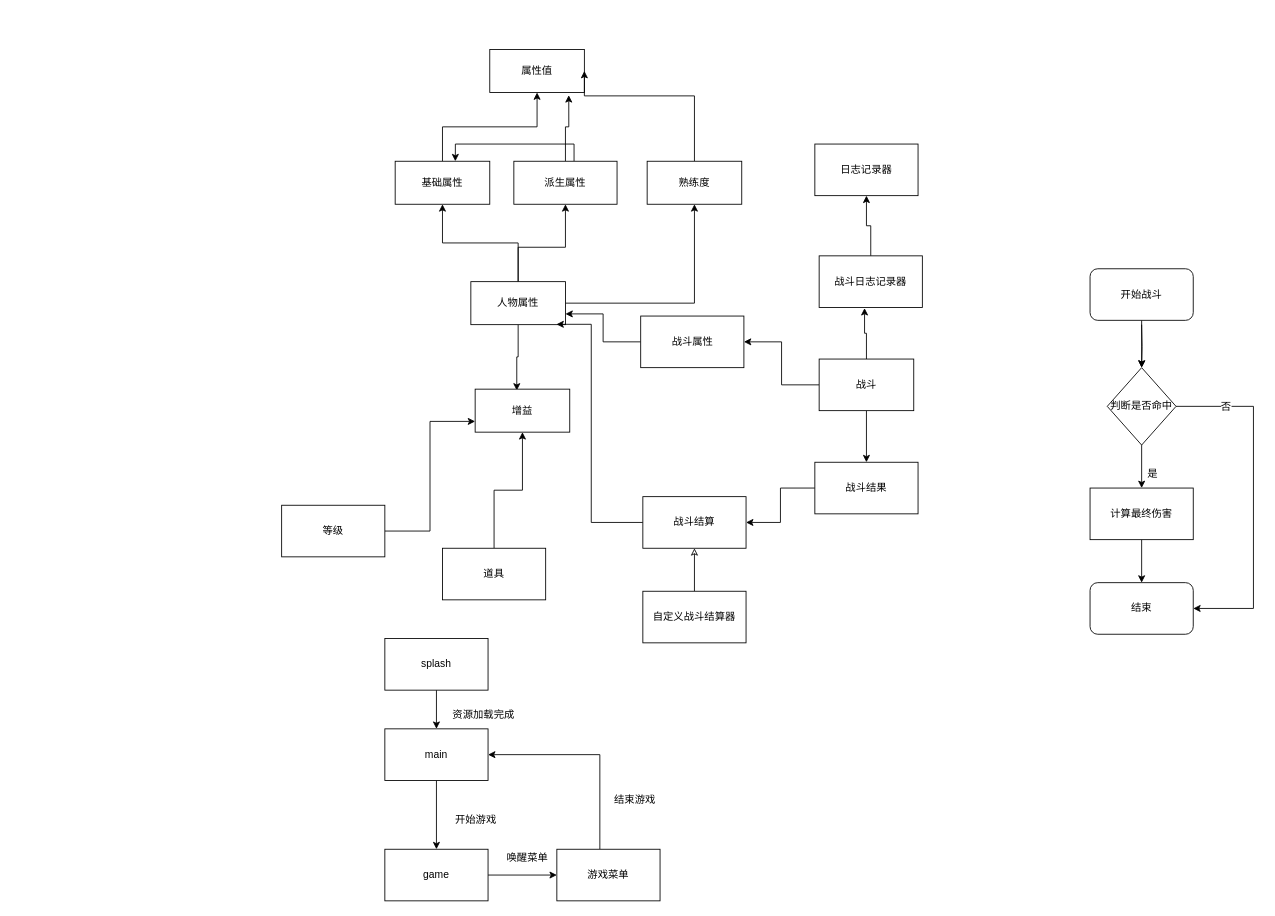
Earlier version of the draw.io diagram games/drawios/text_dungeon.drawio (zuiyu1998/project_book). Source tidied: cells renumbered, new cells numbered last; positions are measured from the earlier drawing's top-left corner, leaving out a move shared by most shapes. Both pictures are drawn from the tidied source at 86%, with x=0, y=0 at pixel (281, 49).
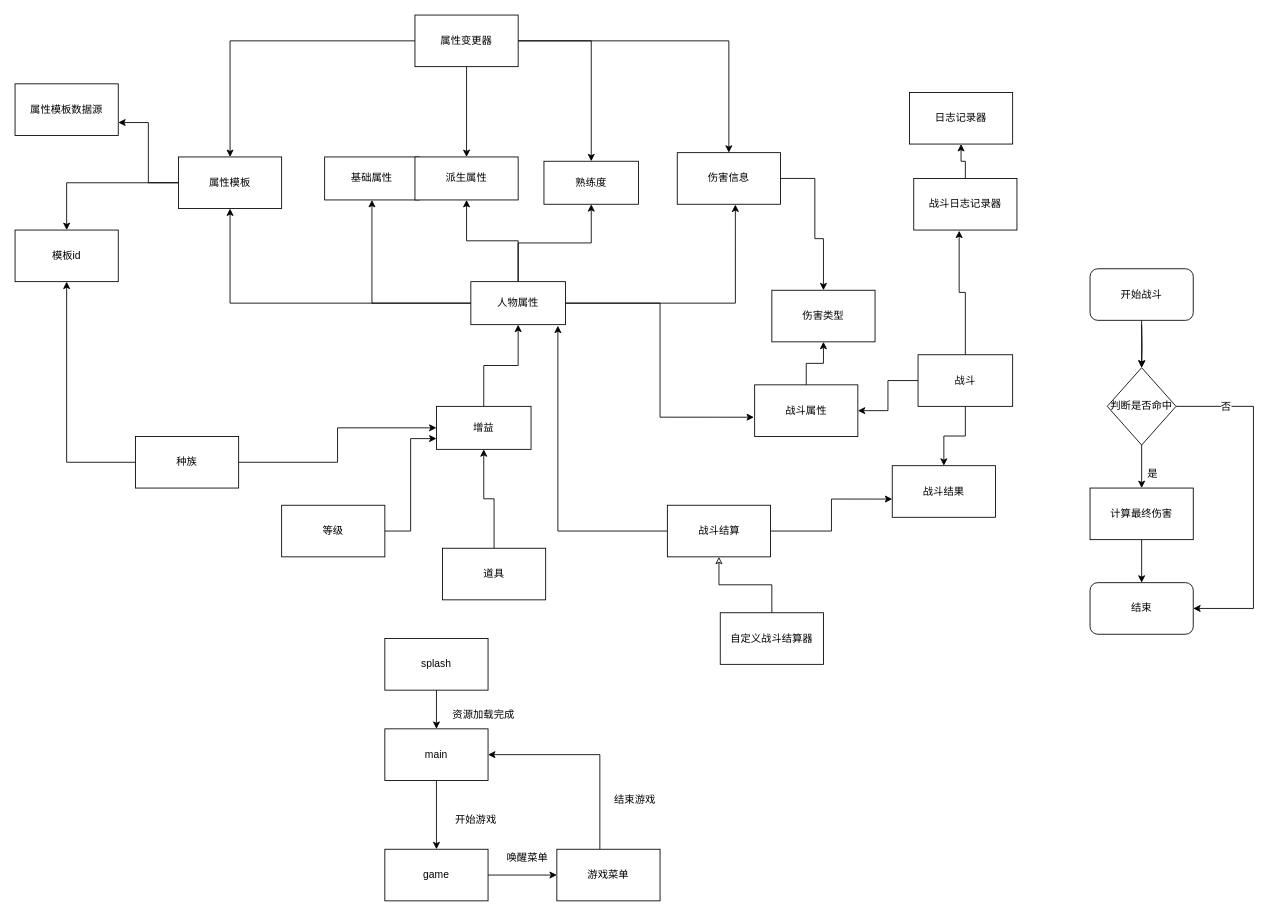
Above is the later version.

Commit message (it also covers changes not shown here):
feat: 更改架构图

The change refers to these unchanged cells:
```xml
<mxCell id="6" value="人物属性" style="rounded=0;whiteSpace=wrap;html=1;" parent="1" vertex="1">
  <mxGeometry x="220" y="270" width="110" height="50" as="geometry" />
</mxCell>
```

Diff of the diagram source:
```diff
@@
-    <mxCell id="4" style="edgeStyle=orthogonalEdgeStyle;rounded=0;jettySize=auto;html=1;entryX=0.44;entryY=0.032;entryDx=0;entryDy=0;entryPerimeter=0;" parent="1" edge="1" source="6" target="10">
-      <mxGeometry relative="1" as="geometry" />
-    </mxCell>
+    <mxCell id="58" style="edgeStyle=orthogonalEdgeStyle;rounded=0;jettySize=auto;html=1;entryX=0.5;entryY=1;entryDx=0;entryDy=0;" parent="1" edge="1" source="6" target="66">
+      <mxGeometry relative="1" as="geometry" />
+    </mxCell>
+    <mxCell id="59" style="edgeStyle=orthogonalEdgeStyle;rounded=0;jettySize=auto;html=1;entryX=0.563;entryY=1.007;entryDx=0;entryDy=0;entryPerimeter=0;" parent="1" edge="1" source="6" target="71">
+      <mxGeometry relative="1" as="geometry" />
+    </mxCell>
     <mxCell id="5" style="edgeStyle=orthogonalEdgeStyle;rounded=0;jettySize=auto;html=1;entryX=0.5;entryY=1;entryDx=0;entryDy=0;" parent="1" edge="1" source="6" target="57">
-      <mxGeometry relative="1" as="geometry">
-        <Array as="points">
-          <mxPoint x="275" y="230" />
-          <mxPoint x="330" y="230" />
-        </Array>
-      </mxGeometry>
+      <mxGeometry relative="1" as="geometry" />
     </mxCell>
+    <mxCell id="60" style="edgeStyle=orthogonalEdgeStyle;rounded=0;jettySize=auto;html=1;entryX=-0.007;entryY=0.627;entryDx=0;entryDy=0;entryPerimeter=0;" parent="1" edge="1" source="6" target="48">
+      <mxGeometry relative="1" as="geometry" />
+    </mxCell>
@@
-    <mxCell id="7" style="edgeStyle=orthogonalEdgeStyle;rounded=0;jettySize=auto;html=1;" parent="1" edge="1" source="8" target="9">
-      <mxGeometry relative="1" as="geometry" />
-    </mxCell>
     <mxCell id="8" value="基础属性" style="rounded=0;whiteSpace=wrap;html=1;" parent="1" vertex="1">
-      <mxGeometry x="132" y="130" width="110" height="50" as="geometry" />
+      <mxGeometry x="50" y="125" width="110" height="50" as="geometry" />
     </mxCell>
-    <mxCell id="9" value="属性值" style="rounded=0;whiteSpace=wrap;html=1;" parent="1" vertex="1">
-      <mxGeometry x="242" width="110" height="50" as="geometry" />
-    </mxCell>
+    <mxCell id="61" style="edgeStyle=orthogonalEdgeStyle;rounded=0;jettySize=auto;html=1;entryX=0.5;entryY=1;entryDx=0;entryDy=0;" parent="1" edge="1" source="10" target="6">
+      <mxGeometry relative="1" as="geometry" />
+    </mxCell>
     <mxCell id="10" value="增益" style="rounded=0;whiteSpace=wrap;html=1;" parent="1" vertex="1">
-      <mxGeometry x="225" y="395" width="110" height="50" as="geometry" />
+      <mxGeometry x="180" y="415" width="110" height="50" as="geometry" />
     </mxCell>
@@
     <mxCell id="14" value="战斗" style="rounded=0;whiteSpace=wrap;html=1;" parent="1" vertex="1">
-      <mxGeometry x="625" y="360" width="110" height="60" as="geometry" />
+      <mxGeometry x="740" y="355" width="110" height="60" as="geometry" />
     </mxCell>
@@
-    <mxCell id="31" style="edgeStyle=orthogonalEdgeStyle;rounded=0;jettySize=auto;html=1;entryX=1;entryY=0.5;entryDx=0;entryDy=0;" parent="1" edge="1" source="32" target="9">
-      <mxGeometry relative="1" as="geometry">
-        <Array as="points">
-          <mxPoint x="480" y="54" />
-          <mxPoint x="352" y="54" />
-        </Array>
-      </mxGeometry>
-    </mxCell>
     <mxCell id="32" value="熟练度" style="rounded=0;whiteSpace=wrap;html=1;" parent="1" vertex="1">
-      <mxGeometry x="425" y="130" width="110" height="50" as="geometry" />
+      <mxGeometry x="305" y="130" width="110" height="50" as="geometry" />
     </mxCell>
@@
     <mxCell id="44" value="日志记录器" style="rounded=0;whiteSpace=wrap;html=1;" parent="1" vertex="1">
-      <mxGeometry x="620" y="110" width="120" height="60" as="geometry" />
+      <mxGeometry x="730" y="50" width="120" height="60" as="geometry" />
     </mxCell>
@@
     <mxCell id="46" value="战斗日志记录器" style="rounded=0;whiteSpace=wrap;html=1;" parent="1" vertex="1">
-      <mxGeometry x="625" y="240" width="120" height="60" as="geometry" />
+      <mxGeometry x="735" y="150" width="120" height="60" as="geometry" />
     </mxCell>
-    <mxCell id="47" style="edgeStyle=orthogonalEdgeStyle;rounded=0;jettySize=auto;html=1;entryX=1;entryY=0.75;entryDx=0;entryDy=0;" parent="1" edge="1" source="48" target="6">
-      <mxGeometry relative="1" as="geometry" />
-    </mxCell>
+    <mxCell id="62" style="edgeStyle=orthogonalEdgeStyle;rounded=0;jettySize=auto;html=1;" parent="1" edge="1" source="48" target="79">
+      <mxGeometry relative="1" as="geometry" />
+    </mxCell>
     <mxCell id="48" value="战斗属性" style="rounded=0;whiteSpace=wrap;html=1;" parent="1" vertex="1">
-      <mxGeometry x="417.5" y="310" width="120" height="60" as="geometry" />
+      <mxGeometry x="550" y="390" width="120" height="60" as="geometry" />
     </mxCell>
-    <mxCell id="49" style="edgeStyle=orthogonalEdgeStyle;rounded=0;jettySize=auto;html=1;entryX=1;entryY=0.5;entryDx=0;entryDy=0;" parent="1" edge="1" source="50" target="52">
-      <mxGeometry relative="1" as="geometry" />
-    </mxCell>
     <mxCell id="50" value="战斗结果" style="rounded=0;whiteSpace=wrap;html=1;" parent="1" vertex="1">
-      <mxGeometry x="620" y="480" width="120" height="60" as="geometry" />
+      <mxGeometry x="710" y="484" width="120" height="60" as="geometry" />
     </mxCell>
-    <mxCell id="51" style="edgeStyle=orthogonalEdgeStyle;rounded=0;jettySize=auto;html=1;entryX=0.905;entryY=0.992;entryDx=0;entryDy=0;entryPerimeter=0;" parent="1" edge="1" source="52" target="6">
-      <mxGeometry relative="1" as="geometry">
-        <Array as="points">
-          <mxPoint x="360" y="550" />
-          <mxPoint x="360" y="320" />
-        </Array>
-      </mxGeometry>
+    <mxCell id="51" style="edgeStyle=orthogonalEdgeStyle;rounded=0;jettySize=auto;html=1;entryX=0.92;entryY=1.024;entryDx=0;entryDy=0;entryPerimeter=0;" parent="1" edge="1" source="52" target="6">
+      <mxGeometry relative="1" as="geometry" />
     </mxCell>
+    <mxCell id="63" style="edgeStyle=orthogonalEdgeStyle;rounded=0;jettySize=auto;html=1;entryX=0;entryY=0.647;entryDx=0;entryDy=0;entryPerimeter=0;" parent="1" edge="1" source="52" target="50">
+      <mxGeometry relative="1" as="geometry" />
+    </mxCell>
     <mxCell id="52" value="战斗结算" style="rounded=0;whiteSpace=wrap;html=1;" parent="1" vertex="1">
-      <mxGeometry x="420" y="520" width="120" height="60" as="geometry" />
+      <mxGeometry x="448.5" y="530" width="120" height="60" as="geometry" />
     </mxCell>
@@
     <mxCell id="54" value="自定义战斗结算器" style="rounded=0;whiteSpace=wrap;html=1;" parent="1" vertex="1">
-      <mxGeometry x="420" y="630" width="120" height="60" as="geometry" />
+      <mxGeometry x="510" y="655" width="120" height="60" as="geometry" />
     </mxCell>
-    <mxCell id="55" style="edgeStyle=orthogonalEdgeStyle;rounded=0;jettySize=auto;html=1;entryX=0.636;entryY=0;entryDx=0;entryDy=0;entryPerimeter=0;" parent="1" edge="1" source="57" target="8">
-      <mxGeometry relative="1" as="geometry">
-        <Array as="points">
-          <mxPoint x="340" y="110" />
-          <mxPoint x="202" y="110" />
-        </Array>
-      </mxGeometry>
-    </mxCell>
-    <mxCell id="56" style="edgeStyle=orthogonalEdgeStyle;rounded=0;jettySize=auto;html=1;entryX=0.835;entryY=1.064;entryDx=0;entryDy=0;entryPerimeter=0;" parent="1" edge="1" source="57" target="9">
-      <mxGeometry relative="1" as="geometry" />
-    </mxCell>
     <mxCell id="57" value="派生属性" style="rounded=0;whiteSpace=wrap;html=1;" parent="1" vertex="1">
-      <mxGeometry x="270" y="130" width="120" height="50" as="geometry" />
+      <mxGeometry x="155" y="125" width="120" height="50" as="geometry" />
     </mxCell>
+    <mxCell id="64" style="edgeStyle=orthogonalEdgeStyle;rounded=0;jettySize=auto;html=1;entryX=1;entryY=0.75;entryDx=0;entryDy=0;" parent="1" edge="1" source="66" target="77">
+      <mxGeometry relative="1" as="geometry" />
+    </mxCell>
+    <mxCell id="65" style="edgeStyle=orthogonalEdgeStyle;rounded=0;jettySize=auto;html=1;" parent="1" edge="1" source="66" target="78">
+      <mxGeometry relative="1" as="geometry" />
+    </mxCell>
+    <mxCell id="66" value="属性模板" style="rounded=0;whiteSpace=wrap;html=1;" parent="1" vertex="1">
+      <mxGeometry x="-120" y="125" width="120" height="60" as="geometry" />
+    </mxCell>
+    <mxCell id="67" style="edgeStyle=orthogonalEdgeStyle;rounded=0;jettySize=auto;html=1;" parent="1" edge="1" source="69" target="10">
+      <mxGeometry relative="1" as="geometry" />
+    </mxCell>
+    <mxCell id="68" style="edgeStyle=orthogonalEdgeStyle;rounded=0;jettySize=auto;html=1;entryX=0.5;entryY=1;entryDx=0;entryDy=0;" parent="1" edge="1" source="69" target="78">
+      <mxGeometry relative="1" as="geometry" />
+    </mxCell>
+    <mxCell id="69" value="种族" style="rounded=0;whiteSpace=wrap;html=1;" parent="1" vertex="1">
+      <mxGeometry x="-170" y="450" width="120" height="60" as="geometry" />
+    </mxCell>
+    <mxCell id="70" style="edgeStyle=orthogonalEdgeStyle;rounded=0;jettySize=auto;html=1;" parent="1" edge="1" source="71" target="79">
+      <mxGeometry relative="1" as="geometry">
+        <Array as="points">
+          <mxPoint x="620" y="150" />
+          <mxPoint x="620" y="220" />
+          <mxPoint x="630" y="220" />
+        </Array>
+      </mxGeometry>
+    </mxCell>
+    <mxCell id="71" value="伤害信息" style="rounded=0;whiteSpace=wrap;html=1;" parent="1" vertex="1">
+      <mxGeometry x="460" y="120" width="120" height="60" as="geometry" />
+    </mxCell>
+    <mxCell id="72" style="edgeStyle=orthogonalEdgeStyle;rounded=0;jettySize=auto;html=1;" parent="1" edge="1" source="76" target="66">
+      <mxGeometry relative="1" as="geometry" />
+    </mxCell>
+    <mxCell id="73" style="edgeStyle=orthogonalEdgeStyle;rounded=0;jettySize=auto;html=1;" parent="1" edge="1" source="76" target="57">
+      <mxGeometry relative="1" as="geometry" />
+    </mxCell>
+    <mxCell id="74" style="edgeStyle=orthogonalEdgeStyle;rounded=0;jettySize=auto;html=1;entryX=0.5;entryY=0;entryDx=0;entryDy=0;" parent="1" edge="1" source="76" target="71">
+      <mxGeometry relative="1" as="geometry" />
+    </mxCell>
+    <mxCell id="75" style="edgeStyle=orthogonalEdgeStyle;rounded=0;jettySize=auto;html=1;" parent="1" edge="1" source="76" target="32">
+      <mxGeometry relative="1" as="geometry" />
+    </mxCell>
+    <mxCell id="76" value="属性变更器" style="rounded=0;whiteSpace=wrap;html=1;" parent="1" vertex="1">
+      <mxGeometry x="155" y="-40" width="120" height="60" as="geometry" />
+    </mxCell>
+    <mxCell id="77" value="属性模板数据源" style="rounded=0;whiteSpace=wrap;html=1;" parent="1" vertex="1">
+      <mxGeometry x="-310" y="40" width="120" height="60" as="geometry" />
+    </mxCell>
+    <mxCell id="78" value="模板id" style="rounded=0;whiteSpace=wrap;html=1;" parent="1" vertex="1">
+      <mxGeometry x="-310" y="210" width="120" height="60" as="geometry" />
+    </mxCell>
+    <mxCell id="79" value="伤害类型" style="rounded=0;whiteSpace=wrap;html=1;" parent="1" vertex="1">
+      <mxGeometry x="570" y="280" width="120" height="60" as="geometry" />
+    </mxCell>
```
